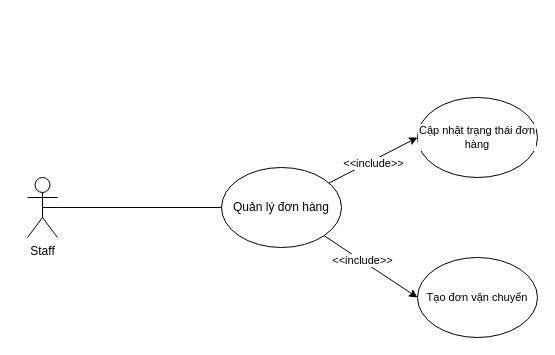
KaNguyen3005/Bookstore-System keeps this draw.io diagram as page "Quản lý đơn hàng" (13 of 25) of Usecase Diagram Bookstore.drawio. Above is the earlier version. Source tidied: cells renumbered, new cells numbered last; positions are measured from the earlier drawing's top-left corner, leaving out a move shared by most shapes. Both pictures are drawn from the tidied source at 100%, with x=0, y=0 at pixel (17, 97).
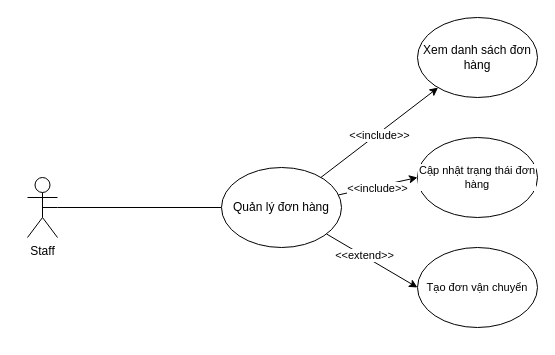
The same diagram, later.

Diff of the diagram source:
```diff
@@
 <mxGraphModel>
   <root>
     <mxCell id="0" />
     <mxCell id="1" parent="0" />
     <mxCell id="2" style="edgeStyle=none;shape=connector;rounded=0;jettySize=auto;html=1;strokeColor=default;align=center;verticalAlign=middle;fontFamily=Helvetica;fontSize=11;fontColor=default;labelBackgroundColor=default;endArrow=none;endFill=0;" parent="1" edge="1" source="3" target="8">
       <mxGeometry relative="1" as="geometry" />
     </mxCell>
     <mxCell id="3" value="Staff" style="shape=umlActor;verticalLabelPosition=bottom;verticalAlign=top;html=1;outlineConnect=0;" parent="1" vertex="1">
       <mxGeometry x="10" y="80" width="30" height="60" as="geometry" />
     </mxCell>
     <mxCell id="4" style="edgeStyle=none;shape=connector;rounded=0;jettySize=auto;html=1;entryX=0;entryY=0.5;entryDx=0;entryDy=0;strokeColor=default;align=center;verticalAlign=middle;fontFamily=Helvetica;fontSize=11;fontColor=default;labelBackgroundColor=default;startArrow=none;startFill=0;endArrow=classic;endFill=1;" parent="1" edge="1" source="8" target="12">
       <mxGeometry relative="1" as="geometry" />
     </mxCell>
     <mxCell id="5" value="&amp;lt;&amp;lt;include&amp;gt;&amp;gt;" style="edgeLabel;html=1;align=center;verticalAlign=middle;fontFamily=Helvetica;fontSize=11;fontColor=default;labelBackgroundColor=default;" parent="4" vertex="1">
       <mxGeometry x="-0.03" y="-2" relative="1" as="geometry" />
     </mxCell>
     <mxCell id="6" style="edgeStyle=none;shape=connector;rounded=0;jettySize=auto;html=1;entryX=0;entryY=0.5;entryDx=0;entryDy=0;strokeColor=default;align=center;verticalAlign=middle;fontFamily=Helvetica;fontSize=11;fontColor=default;labelBackgroundColor=default;startArrow=none;startFill=0;endArrow=classic;endFill=1;" parent="1" edge="1" source="8" target="13">
       <mxGeometry relative="1" as="geometry" />
     </mxCell>
-    <mxCell id="7" value="&amp;lt;&amp;lt;include&amp;gt;&amp;gt;" style="edgeLabel;html=1;align=center;verticalAlign=middle;fontFamily=Helvetica;fontSize=11;fontColor=default;labelBackgroundColor=default;" parent="6" vertex="1">
+    <mxCell id="7" value="&amp;lt;&amp;lt;extend&amp;gt;&amp;gt;" style="edgeLabel;html=1;align=center;verticalAlign=middle;fontFamily=Helvetica;fontSize=11;fontColor=default;labelBackgroundColor=default;" parent="6" vertex="1">
       <mxGeometry x="-0.17" y="1" relative="1" as="geometry">
         <mxPoint x="-1" as="offset" />
       </mxGeometry>
     </mxCell>
     <mxCell id="8" value="Quản lý đơn hàng" style="ellipse;whiteSpace=wrap;html=1;" parent="1" vertex="1">
       <mxGeometry x="204" y="70" width="120" height="80" as="geometry" />
     </mxCell>
     <mxCell id="9" style="edgeStyle=none;shape=connector;rounded=0;orthogonalLoop=1;jettySize=auto;html=1;exitX=0.5;exitY=0.5;exitDx=0;exitDy=0;exitPerimeter=0;strokeColor=default;align=center;verticalAlign=middle;fontFamily=Helvetica;fontSize=11;fontColor=default;labelBackgroundColor=default;endArrow=none;endFill=0;" parent="1" edge="1" source="3" target="3">
       <mxGeometry relative="1" as="geometry" />
     </mxCell>
     <mxCell id="10" style="edgeStyle=none;shape=connector;rounded=0;orthogonalLoop=1;jettySize=auto;html=1;exitX=0;exitY=1;exitDx=0;exitDy=0;strokeColor=default;align=center;verticalAlign=middle;fontFamily=Helvetica;fontSize=11;fontColor=default;labelBackgroundColor=default;endArrow=none;endFill=0;" parent="1" edge="1" source="8" target="8">
       <mxGeometry relative="1" as="geometry" />
     </mxCell>
     <mxCell id="11" style="edgeStyle=none;shape=connector;rounded=0;orthogonalLoop=1;jettySize=auto;html=1;exitX=1;exitY=0.3333333333333333;exitDx=0;exitDy=0;exitPerimeter=0;strokeColor=default;align=center;verticalAlign=middle;fontFamily=Helvetica;fontSize=11;fontColor=default;labelBackgroundColor=default;endArrow=none;endFill=0;" parent="1" edge="1">
       <mxGeometry relative="1" as="geometry">
         <mxPoint y="10" as="sourcePoint" />
         <mxPoint y="10" as="targetPoint" />
       </mxGeometry>
     </mxCell>
     <mxCell id="12" value="Cập nhật trạng thái đơn hàng" style="ellipse;whiteSpace=wrap;html=1;fontFamily=Helvetica;fontSize=11;fontColor=default;labelBackgroundColor=default;" parent="1" vertex="1">
-      <mxGeometry x="400" width="120" height="80" as="geometry" />
+      <mxGeometry x="400" y="40" width="120" height="80" as="geometry" />
     </mxCell>
     <mxCell id="13" value="Tạo đơn vận chuyển" style="ellipse;whiteSpace=wrap;html=1;fontFamily=Helvetica;fontSize=11;fontColor=default;labelBackgroundColor=default;" parent="1" vertex="1">
-      <mxGeometry x="400" y="160" width="120" height="80" as="geometry" />
+      <mxGeometry x="400" y="150" width="120" height="80" as="geometry" />
     </mxCell>
+    <mxCell id="14" value="Xem danh sách đơn hàng" style="ellipse;whiteSpace=wrap;html=1;" parent="1" vertex="1">
+      <mxGeometry x="400" y="-80" width="120" height="80" as="geometry" />
+    </mxCell>
+    <mxCell id="15" style="edgeStyle=none;shape=connector;rounded=0;jettySize=auto;html=1;strokeColor=default;align=center;verticalAlign=middle;fontFamily=Helvetica;fontSize=11;fontColor=default;labelBackgroundColor=default;startArrow=none;startFill=0;endArrow=classic;endFill=1;" parent="1" edge="1" source="8" target="14">
+      <mxGeometry relative="1" as="geometry" />
+    </mxCell>
+    <mxCell id="16" value="&amp;lt;&amp;lt;include&amp;gt;&amp;gt;" style="edgeLabel;html=1;align=center;verticalAlign=middle;fontFamily=Helvetica;fontSize=11;fontColor=default;labelBackgroundColor=default;" parent="15" vertex="1">
+      <mxGeometry x="-0.03" y="-2" relative="1" as="geometry" />
+    </mxCell>
   </root>
 </mxGraphModel>
```
